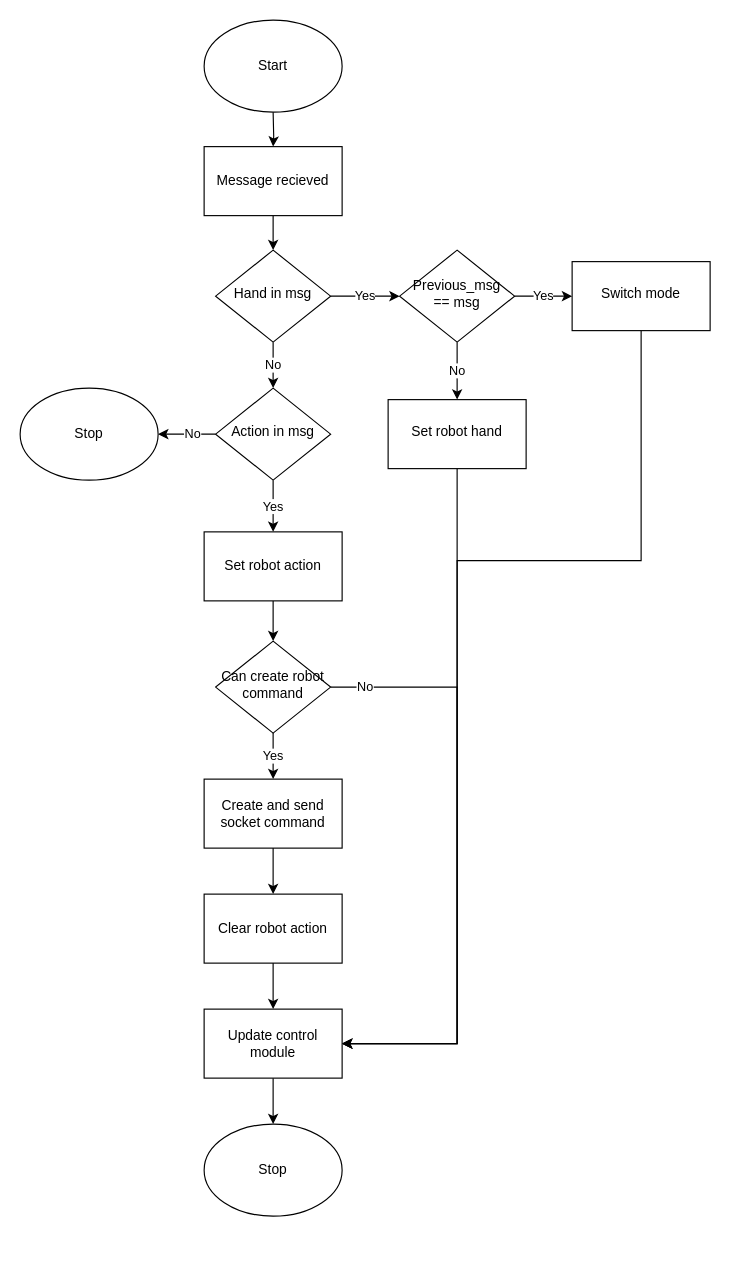
The draw.io diagram jog_control.drawio in GreatSharky/CoHSCI, before the edit. Source tidied: cells renumbered, new cells numbered last; positions are measured from the earlier drawing's top-left corner, leaving out a move shared by most shapes. Both pictures are drawn from the tidied source at 115%, with x=0, y=0 at pixel (20, 20).
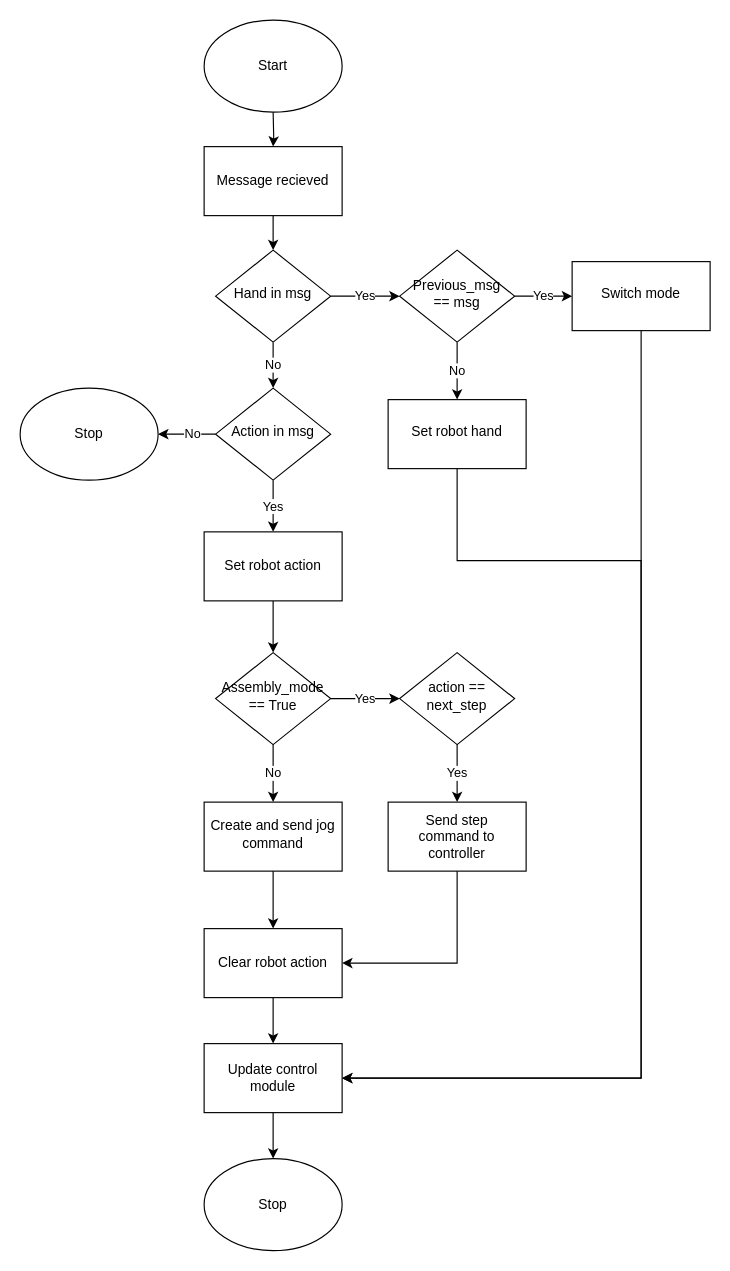
After the change.

Unchanged cells that the change refers to:
```xml
<mxCell id="11" value="Set robot action" style="rounded=1;whiteSpace=wrap;html=1;arcSize=0;" parent="1" vertex="1">
  <mxGeometry x="160" y="445" width="120" height="60" as="geometry" />
</mxCell>
<mxCell id="25" value="Switch mode" style="whiteSpace=wrap;html=1;shadow=0;strokeWidth=1;spacing=6;spacingTop=-4;" parent="1" vertex="1">
  <mxGeometry x="480" y="210" width="120" height="60" as="geometry" />
</mxCell>
<mxCell id="27" value="Set robot hand" style="whiteSpace=wrap;html=1;shadow=0;strokeWidth=1;spacing=6;spacingTop=-4;" parent="1" vertex="1">
  <mxGeometry x="320" y="330" width="120" height="60" as="geometry" />
</mxCell>
```

The edit, as a diff of the source:
```diff
@@
-    <mxCell id="10" style="edgeStyle=orthogonalEdgeStyle;rounded=0;jettySize=auto;html=1;" parent="1" edge="1" source="11" target="14">
-      <mxGeometry relative="1" as="geometry" />
-    </mxCell>
+    <mxCell id="32" style="edgeStyle=orthogonalEdgeStyle;rounded=0;jettySize=auto;html=1;" parent="1" edge="1" source="11" target="34">
+      <mxGeometry relative="1" as="geometry" />
+    </mxCell>
@@
-    <mxCell id="12" value="No" style="edgeStyle=orthogonalEdgeStyle;rounded=0;jettySize=auto;html=1;" parent="1" edge="1" source="14" target="29">
-      <mxGeometry x="-0.88" relative="1" as="geometry">
-        <Array as="points">
-          <mxPoint x="380" y="580" />
-          <mxPoint x="380" y="890" />
-        </Array>
-        <mxPoint x="-1" as="offset" />
-      </mxGeometry>
-    </mxCell>
-    <mxCell id="13" value="Yes" style="edgeStyle=orthogonalEdgeStyle;rounded=0;jettySize=auto;html=1;" parent="1" edge="1" source="14" target="17">
-      <mxGeometry relative="1" as="geometry" />
-    </mxCell>
-    <mxCell id="14" value="Can create robot command" style="rhombus;whiteSpace=wrap;html=1;shadow=0;fontFamily=Helvetica;fontSize=12;align=center;strokeWidth=1;spacing=6;spacingTop=-4;" parent="1" vertex="1">
-      <mxGeometry x="170" y="540" width="100" height="80" as="geometry" />
-    </mxCell>
@@
     <mxCell id="16" style="edgeStyle=orthogonalEdgeStyle;rounded=0;jettySize=auto;html=1;" parent="1" edge="1" source="17" target="19">
-      <mxGeometry relative="1" as="geometry" />
+      <mxGeometry relative="1" as="geometry">
+        <Array as="points">
+          <mxPoint x="380" y="820" />
+        </Array>
+      </mxGeometry>
     </mxCell>
-    <mxCell id="17" value="Create and send socket command" style="rounded=1;whiteSpace=wrap;html=1;arcSize=0;" parent="1" vertex="1">
-      <mxGeometry x="160" y="660" width="120" height="60" as="geometry" />
+    <mxCell id="17" value="Send step&lt;div&gt;command to controller&lt;/div&gt;" style="rounded=1;whiteSpace=wrap;html=1;arcSize=0;" parent="1" vertex="1">
+      <mxGeometry x="320" y="680" width="120" height="60" as="geometry" />
     </mxCell>
@@
     <mxCell id="19" value="Clear robot action" style="rounded=1;whiteSpace=wrap;html=1;arcSize=0;" parent="1" vertex="1">
-      <mxGeometry x="160" y="760" width="120" height="60" as="geometry" />
+      <mxGeometry x="160" y="790" width="120" height="60" as="geometry" />
     </mxCell>
@@
     <mxCell id="24" style="edgeStyle=orthogonalEdgeStyle;rounded=0;jettySize=auto;html=1;" parent="1" edge="1" source="25" target="29">
       <mxGeometry relative="1" as="geometry">
         <Array as="points">
-          <mxPoint x="540" y="470" />
-          <mxPoint x="380" y="470" />
-          <mxPoint x="380" y="890" />
+          <mxPoint x="540" y="920" />
         </Array>
       </mxGeometry>
     </mxCell>
@@
     <mxCell id="26" style="edgeStyle=orthogonalEdgeStyle;rounded=0;jettySize=auto;html=1;" parent="1" edge="1" source="27" target="29">
       <mxGeometry relative="1" as="geometry">
         <Array as="points">
-          <mxPoint x="380" y="890" />
+          <mxPoint x="380" y="470" />
+          <mxPoint x="540" y="470" />
+          <mxPoint x="540" y="920" />
         </Array>
       </mxGeometry>
     </mxCell>
@@
     <mxCell id="29" value="Update control module" style="rounded=1;whiteSpace=wrap;html=1;arcSize=0;" parent="1" vertex="1">
-      <mxGeometry x="160" y="860" width="120" height="60" as="geometry" />
+      <mxGeometry x="160" y="890" width="120" height="60" as="geometry" />
     </mxCell>
     <mxCell id="30" value="Stop" style="ellipse;whiteSpace=wrap;html=1;" parent="1" vertex="1">
-      <mxGeometry x="160" y="960" width="120" height="80" as="geometry" />
+      <mxGeometry x="160" y="990" width="120" height="80" as="geometry" />
     </mxCell>
@@
+    <mxCell id="33" value="Yes" style="edgeStyle=orthogonalEdgeStyle;rounded=0;jettySize=auto;html=1;" parent="1" edge="1" source="34" target="36">
+      <mxGeometry relative="1" as="geometry" />
+    </mxCell>
+    <mxCell id="12" value="No" style="edgeStyle=orthogonalEdgeStyle;rounded=0;jettySize=auto;html=1;" parent="1" edge="1" source="34" target="38">
+      <mxGeometry relative="1" as="geometry" />
+    </mxCell>
+    <mxCell id="34" value="Assembly_mode == True" style="rhombus;whiteSpace=wrap;html=1;shadow=0;fontFamily=Helvetica;fontSize=12;align=center;strokeWidth=1;spacing=6;spacingTop=-4;" parent="1" vertex="1">
+      <mxGeometry x="170" y="550" width="100" height="80" as="geometry" />
+    </mxCell>
+    <mxCell id="35" value="Yes" style="edgeStyle=orthogonalEdgeStyle;rounded=0;jettySize=auto;html=1;" parent="1" edge="1" source="36" target="17">
+      <mxGeometry relative="1" as="geometry" />
+    </mxCell>
+    <mxCell id="36" value="action == next_step" style="rhombus;whiteSpace=wrap;html=1;shadow=0;fontFamily=Helvetica;fontSize=12;align=center;strokeWidth=1;spacing=6;spacingTop=-4;" parent="1" vertex="1">
+      <mxGeometry x="330" y="550" width="100" height="80" as="geometry" />
+    </mxCell>
+    <mxCell id="37" style="edgeStyle=orthogonalEdgeStyle;rounded=0;jettySize=auto;html=1;" parent="1" edge="1" source="38" target="19">
+      <mxGeometry relative="1" as="geometry" />
+    </mxCell>
+    <mxCell id="38" value="Create and send jog command" style="whiteSpace=wrap;html=1;shadow=0;strokeWidth=1;spacing=6;spacingTop=-4;" parent="1" vertex="1">
+      <mxGeometry x="160" y="680" width="120" height="60" as="geometry" />
+    </mxCell>
```
